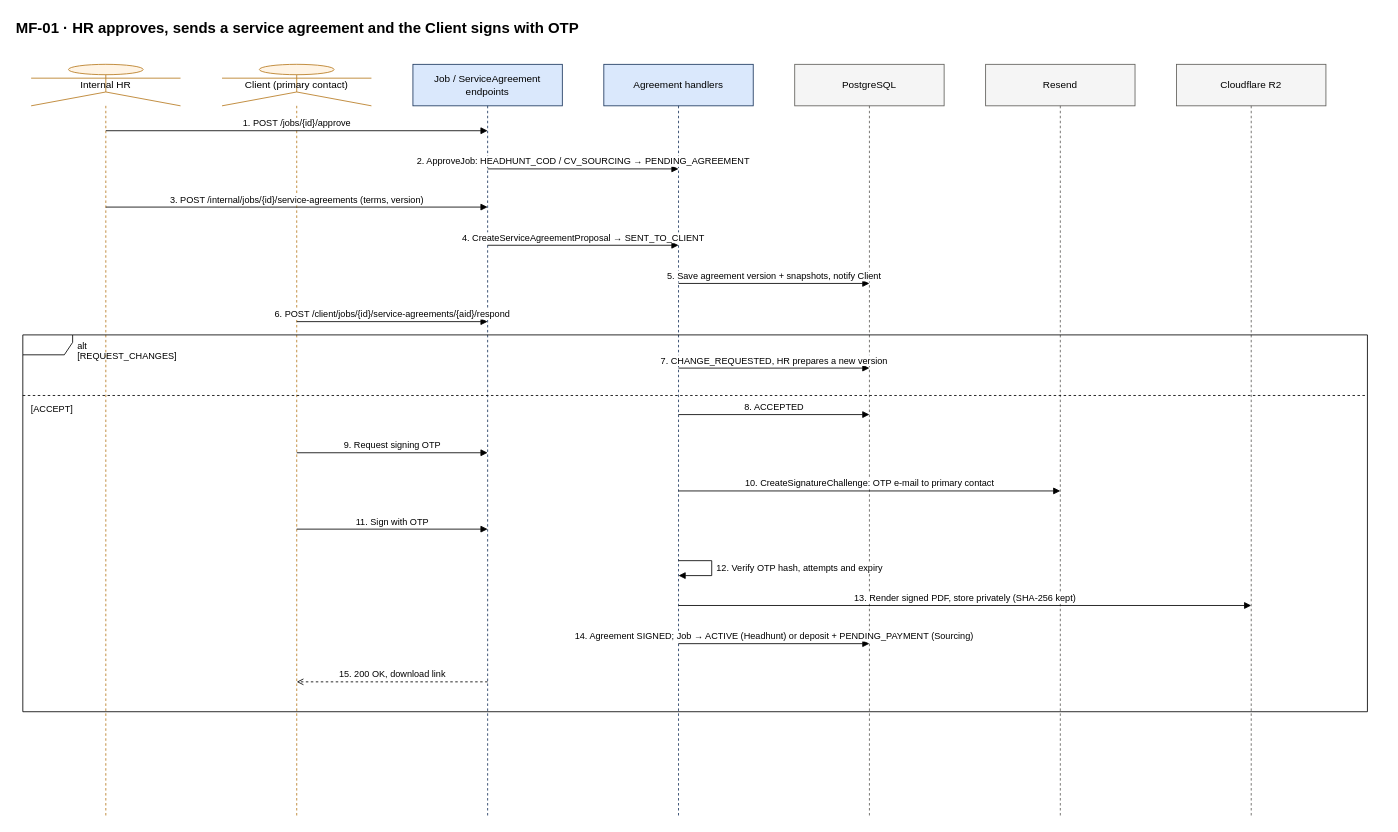
Earlier version of the draw.io diagram docs/diagrams/sequences/source/seq-mf01-review-agreement-sign.drawio (hoangqui794/hr-connect). Source tidied: cells renumbered, new cells numbered last; positions are measured from the earlier drawing's top-left corner, leaving out a move shared by most shapes. Both pictures are drawn from the tidied source at 83%, with x=0, y=0 at pixel (14, 14).
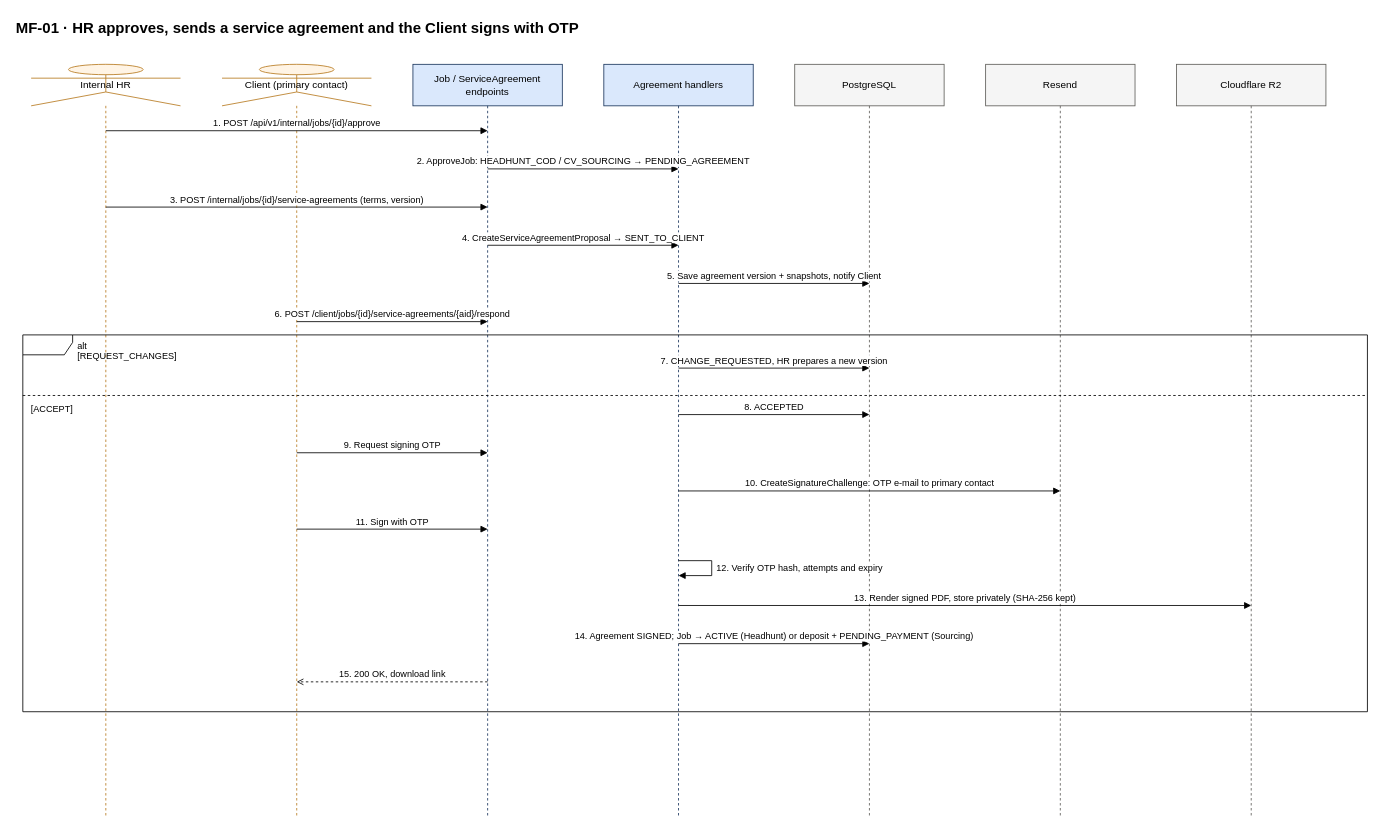
The same page after the edit.

The edit, as a diff of the source:
```diff
@@
-    <mxCell id="10" value="1. POST /jobs/{id}/approve" style="html=1;verticalAlign=bottom;endArrow=block;endFill=1;fontSize=11;labelBackgroundColor=#FFFFFF;" parent="1" edge="1">
+    <mxCell id="10" value="1. POST /api/v1/internal/jobs/{id}/approve" style="html=1;verticalAlign=bottom;endArrow=block;endFill=1;fontSize=11;labelBackgroundColor=#FFFFFF;" parent="1" edge="1">
       <mxGeometry relative="1" as="geometry">
         <mxPoint x="110" y="140" as="sourcePoint" />
         <mxPoint x="570" y="140" as="targetPoint" />
       </mxGeometry>
     </mxCell>
```
